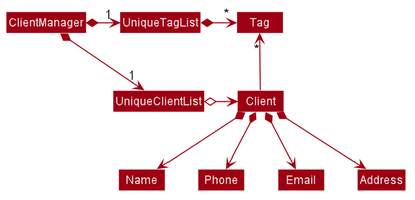
This is docs/images/BetterModelClassDiagram.png from yanlynnnnn/tp, a PlantUML export, as it was before one commit.
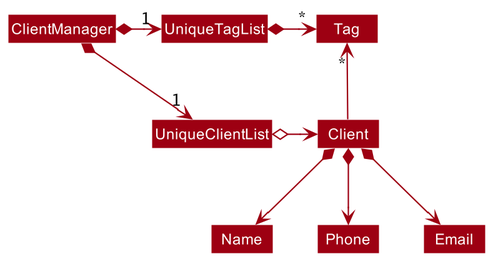
The same diagram one commit later.

What changed in the source:
```diff
@@ -66,5 +66,4 @@
 Client *--> Name
 Client *--> Phone
 Client *--> Email
-Client *--> Address
 @enduml
```
